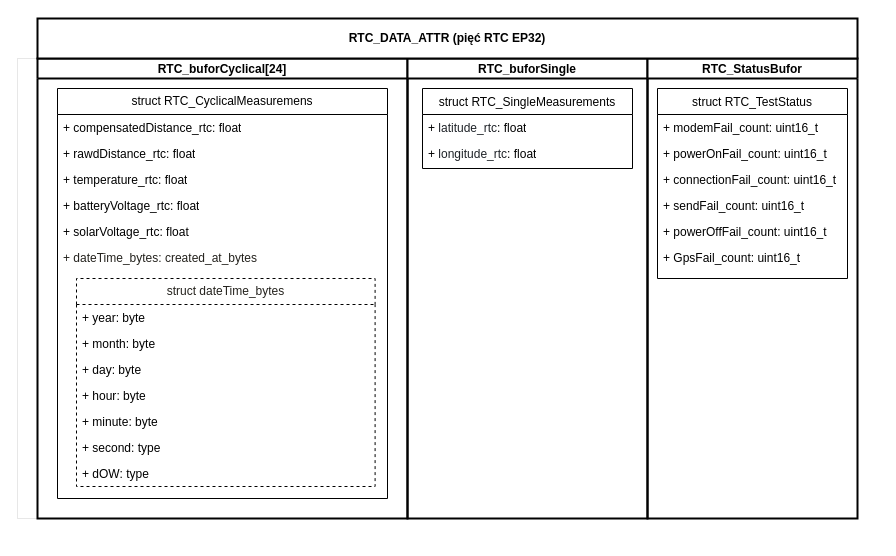
meladxo/Studia__Projekty keeps this draw.io diagram as strukty.drawio. Above is the earlier version. Source tidied: cells renumbered, new cells numbered last; positions are measured from the earlier drawing's top-left corner, leaving out a move shared by most shapes. Both pictures are drawn from the tidied source at 100%, with x=0, y=0 at pixel (17, 18).
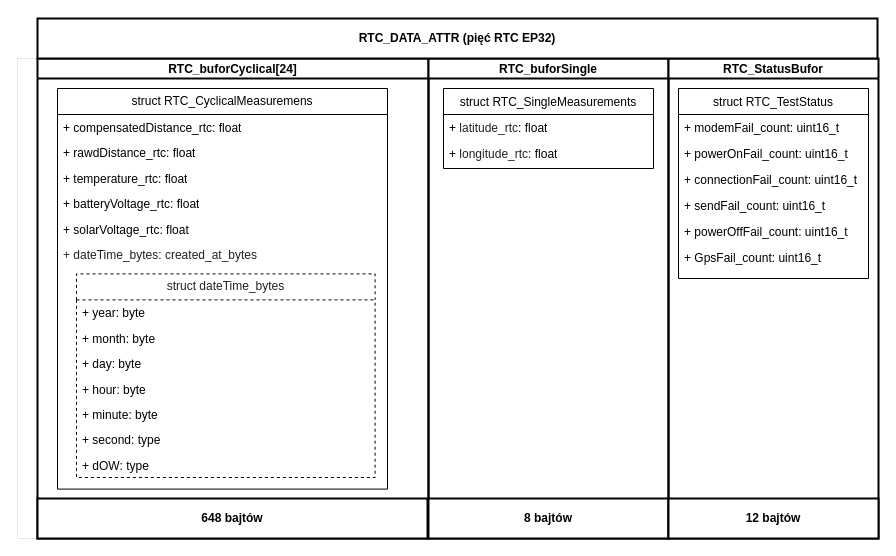
The same page after the edit.

Diff of the diagram source:
```diff
@@
     <mxCell id="2" style="swimlane;startSize=20;horizontal=0;strokeWidth=0;fontColor=#000000;" parent="1" vertex="1">
-      <mxGeometry y="40" width="840" height="460" as="geometry" />
+      <mxGeometry y="40" width="861" height="480" as="geometry" />
     </mxCell>
     <mxCell id="3" value="RTC_buforCyclical[24]" style="swimlane;startSize=20;strokeWidth=2;" parent="2" vertex="1">
-      <mxGeometry x="20" width="370" height="460" as="geometry" />
+      <mxGeometry x="20" width="391" height="480" as="geometry" />
     </mxCell>
     <mxCell id="4" style="group;" parent="3" vertex="1">
-      <mxGeometry x="20" y="30" width="371" height="410" as="geometry" />
+      <mxGeometry x="20" y="30" width="371" height="400" as="geometry" />
     </mxCell>
     <mxCell id="5" value="&lt;span style=&quot;text-align: start; caret-color: rgb(43, 145, 175); background-color: rgb(255, 255, 255);&quot;&gt;struct RTC_CyclicalMeasuremens&lt;/span&gt;" style="swimlane;fontStyle=0;horizontal=1;startSize=26;fillColor=none;whiteSpace=wrap;html=1;fontColor=#000000;" parent="4" vertex="1">
-      <mxGeometry width="330" height="410" as="geometry" />
+      <mxGeometry width="330" height="400.6" as="geometry" />
     </mxCell>
     <mxCell id="6" value="+&amp;nbsp;&lt;span style=&quot;background-color: rgb(255, 255, 255);&quot;&gt;compensatedDistance_rtc&lt;/span&gt;: float" style="text;strokeColor=none;fillColor=none;align=left;verticalAlign=top;spacingLeft=4;spacingRight=4;overflow=hidden;whiteSpace=wrap;html=1;" parent="5" vertex="1">
-      <mxGeometry y="26" width="330" height="26" as="geometry" />
+      <mxGeometry y="26" width="330" height="25.4" as="geometry" />
     </mxCell>
     <mxCell id="7" value="+&amp;nbsp;&lt;span style=&quot;background-color: rgb(255, 255, 255);&quot;&gt;rawdDistance_rtc&lt;/span&gt;: float" style="text;strokeColor=none;fillColor=none;align=left;verticalAlign=top;spacingLeft=4;spacingRight=4;overflow=hidden;whiteSpace=wrap;html=1;" parent="5" vertex="1">
-      <mxGeometry y="52" width="330" height="26" as="geometry" />
+      <mxGeometry y="51.4" width="330" height="25.4" as="geometry" />
     </mxCell>
     <mxCell id="8" value="+&amp;nbsp;&lt;span style=&quot;background-color: rgb(255, 255, 255);&quot;&gt;temperature_rtc&lt;/span&gt;: float" style="text;strokeColor=none;fillColor=none;align=left;verticalAlign=top;spacingLeft=4;spacingRight=4;overflow=hidden;whiteSpace=wrap;html=1;" parent="5" vertex="1">
-      <mxGeometry y="78" width="330" height="26" as="geometry" />
+      <mxGeometry y="76.7" width="330" height="25.4" as="geometry" />
     </mxCell>
     <mxCell id="9" value="+&amp;nbsp;&lt;span style=&quot;background-color: rgb(255, 255, 255);&quot;&gt;batteryVoltage_rtc&lt;/span&gt;: float" style="text;strokeColor=none;fillColor=none;align=left;verticalAlign=top;spacingLeft=4;spacingRight=4;overflow=hidden;whiteSpace=wrap;html=1;" parent="5" vertex="1">
-      <mxGeometry y="104" width="330" height="26" as="geometry" />
+      <mxGeometry y="102.1" width="330" height="25.4" as="geometry" />
     </mxCell>
     <mxCell id="10" value="+&amp;nbsp;&lt;span style=&quot;background-color: rgb(255, 255, 255);&quot;&gt;solarVoltage_rtc&lt;/span&gt;: float" style="text;strokeColor=none;fillColor=none;align=left;verticalAlign=top;spacingLeft=4;spacingRight=4;overflow=hidden;whiteSpace=wrap;html=1;" parent="5" vertex="1">
-      <mxGeometry y="130" width="330" height="26" as="geometry" />
+      <mxGeometry y="127.5" width="330" height="25.4" as="geometry" />
     </mxCell>
     <mxCell id="11" value="&lt;span style=&quot;color: rgb(36, 34, 29);&quot;&gt;+&amp;nbsp;&lt;span style=&quot;background-color: rgb(255, 255, 255);&quot;&gt;dateTime_bytes&lt;/span&gt;:&amp;nbsp;&lt;span style=&quot;background-color: rgb(255, 255, 255);&quot;&gt;created_at_bytes&lt;/span&gt;&lt;/span&gt;" style="text;strokeColor=none;fillColor=none;align=left;verticalAlign=top;spacingLeft=4;spacingRight=4;overflow=hidden;whiteSpace=wrap;html=1;" parent="5" vertex="1">
-      <mxGeometry y="156" width="330" height="254" as="geometry" />
+      <mxGeometry y="152.8" width="330" height="247.8" as="geometry" />
     </mxCell>
     <mxCell id="12" value="struct&amp;nbsp;&lt;span style=&quot;text-align: left; caret-color: rgb(43, 145, 175); background-color: rgb(255, 255, 255);&quot;&gt;dateTime_bytes&lt;/span&gt;" style="swimlane;fontStyle=0;horizontal=1;startSize=26;fillColor=none;whiteSpace=wrap;html=1;fontColor=#24221D;dashed=1;" parent="4" vertex="1">
-      <mxGeometry x="19" y="190" width="298.6" height="208" as="geometry" />
+      <mxGeometry x="19" y="185.4" width="298.6" height="203.6" as="geometry" />
     </mxCell>
     <mxCell id="13" value="+&amp;nbsp;&lt;span style=&quot;background-color: rgb(255, 255, 255);&quot;&gt;year&lt;/span&gt;: byte" style="text;strokeColor=none;fillColor=none;align=left;verticalAlign=top;spacingLeft=4;spacingRight=4;overflow=hidden;whiteSpace=wrap;html=1;fontColor=#000000;" parent="12" vertex="1">
-      <mxGeometry y="26" width="298.6" height="26" as="geometry" />
+      <mxGeometry y="26" width="298.6" height="25.4" as="geometry" />
     </mxCell>
     <mxCell id="14" value="+&amp;nbsp;&lt;span style=&quot;background-color: rgb(255, 255, 255);&quot;&gt;month&lt;/span&gt;: byte" style="text;strokeColor=none;fillColor=none;align=left;verticalAlign=top;spacingLeft=4;spacingRight=4;overflow=hidden;whiteSpace=wrap;html=1;fontColor=#000000;" parent="12" vertex="1">
-      <mxGeometry y="52" width="298.6" height="26" as="geometry" />
+      <mxGeometry y="51.4" width="298.6" height="25.4" as="geometry" />
     </mxCell>
     <mxCell id="15" value="+ d&lt;span style=&quot;background-color: rgb(255, 255, 255);&quot;&gt;ay&lt;/span&gt;: byte" style="text;strokeColor=none;fillColor=none;align=left;verticalAlign=top;spacingLeft=4;spacingRight=4;overflow=hidden;whiteSpace=wrap;html=1;fontColor=#000000;" parent="12" vertex="1">
-      <mxGeometry y="78" width="298.6" height="26" as="geometry" />
+      <mxGeometry y="76.7" width="298.6" height="25.4" as="geometry" />
     </mxCell>
     <mxCell id="16" value="+&amp;nbsp;&lt;span style=&quot;background-color: rgb(255, 255, 255);&quot;&gt;hour&lt;/span&gt;: byte" style="text;strokeColor=none;fillColor=none;align=left;verticalAlign=top;spacingLeft=4;spacingRight=4;overflow=hidden;whiteSpace=wrap;html=1;fontColor=#000000;" parent="12" vertex="1">
-      <mxGeometry y="104" width="298.6" height="26" as="geometry" />
+      <mxGeometry y="102.1" width="298.6" height="25.4" as="geometry" />
     </mxCell>
     <mxCell id="17" value="+&amp;nbsp;&lt;span style=&quot;background-color: rgb(255, 255, 255);&quot;&gt;minute&lt;/span&gt;: byte" style="text;strokeColor=none;fillColor=none;align=left;verticalAlign=top;spacingLeft=4;spacingRight=4;overflow=hidden;whiteSpace=wrap;html=1;fontColor=#000000;" parent="12" vertex="1">
-      <mxGeometry y="130" width="298.6" height="26" as="geometry" />
+      <mxGeometry y="127.5" width="298.6" height="25.4" as="geometry" />
     </mxCell>
     <mxCell id="18" value="+ second: type" style="text;strokeColor=none;fillColor=none;align=left;verticalAlign=top;spacingLeft=4;spacingRight=4;overflow=hidden;whiteSpace=wrap;html=1;" parent="12" vertex="1">
-      <mxGeometry y="156" width="298.6" height="26" as="geometry" />
+      <mxGeometry y="152.8" width="298.6" height="25.4" as="geometry" />
     </mxCell>
     <mxCell id="19" value="+ dO&lt;span style=&quot;font-size: 12px;&quot;&gt;W: type&lt;/span&gt;" style="text;strokeColor=none;fillColor=none;align=left;verticalAlign=top;spacingLeft=4;spacingRight=4;overflow=hidden;whiteSpace=wrap;html=1;" parent="12" vertex="1">
-      <mxGeometry y="182" width="298.6" height="26" as="geometry" />
+      <mxGeometry y="178.2" width="298.6" height="25.4" as="geometry" />
     </mxCell>
+    <mxCell id="33" value="&lt;b&gt;648 bajtów&lt;/b&gt;" style="rounded=0;whiteSpace=wrap;html=1;strokeWidth=2;" parent="3" vertex="1">
+      <mxGeometry y="440" width="390" height="40" as="geometry" />
+    </mxCell>
     <mxCell id="20" value="RTC_buforSingle" style="swimlane;startSize=20;strokeWidth=2;fontColor=#000000;" parent="2" vertex="1">
-      <mxGeometry x="390" width="240" height="460" as="geometry" />
+      <mxGeometry x="411" width="240" height="480" as="geometry" />
     </mxCell>
@@
+    <mxCell id="34" value="&lt;b&gt;8 bajtów&lt;/b&gt;" style="rounded=0;whiteSpace=wrap;html=1;strokeWidth=2;" parent="20" vertex="1">
+      <mxGeometry y="440" width="240" height="40" as="geometry" />
+    </mxCell>
     <mxCell id="24" value="RTC_StatusBufor" style="swimlane;startSize=20;strokeWidth=2;" parent="2" vertex="1">
-      <mxGeometry x="630" width="210" height="460" as="geometry" />
+      <mxGeometry x="651" width="210" height="480" as="geometry" />
     </mxCell>
@@
+    <mxCell id="35" value="&lt;b&gt;12 bajtów&lt;/b&gt;" style="rounded=0;whiteSpace=wrap;html=1;strokeWidth=2;" parent="24" vertex="1">
+      <mxGeometry y="440" width="210" height="40" as="geometry" />
+    </mxCell>
     <mxCell id="32" value="&lt;b&gt;RTC_DATA_ATTR (pięć RTC EP32)&lt;/b&gt;" style="rounded=0;whiteSpace=wrap;html=1;strokeWidth=2;" parent="1" vertex="1">
-      <mxGeometry x="20" width="820" height="40" as="geometry" />
+      <mxGeometry x="20" width="840" height="40" as="geometry" />
     </mxCell>
```
